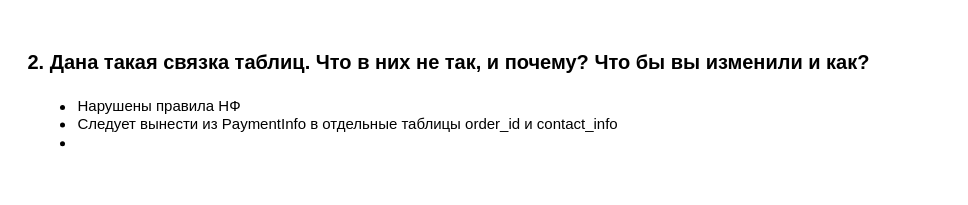
artemsaw/sql keeps this draw.io diagram as Untitled Diagram.drawio. Above is the earlier version. Source tidied: cells renumbered, new cells numbered last; positions are measured from the earlier drawing's top-left corner, leaving out a move shared by most shapes. Both pictures are drawn from the tidied source at 125%, with x=0, y=0 at pixel (21, 34).
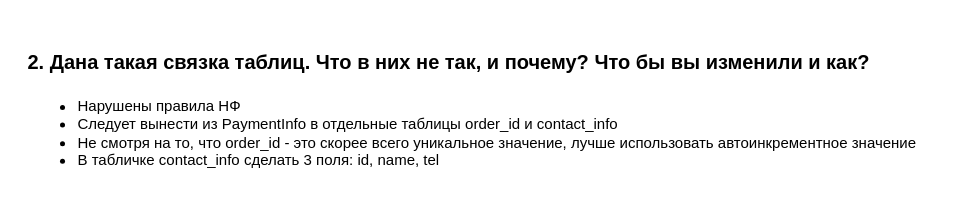
After the change.

Diff of the diagram source:
```diff
@@
 <mxGraphModel>
   <root>
     <mxCell id="0" />
     <mxCell id="1" parent="0" />
-    <mxCell id="2" value="&lt;h1&gt;&lt;span style=&quot;font-size: 12pt; font-family: Arial;&quot;&gt;2. Дана такая связка таблиц. Что в них не так, и почему? Что бы вы изменили и как?&lt;/span&gt;&lt;br&gt;&lt;/h1&gt;&lt;p&gt;&lt;/p&gt;&lt;ul&gt;&lt;li&gt;Нарушены правила НФ&lt;/li&gt;&lt;li&gt;Следует вынести из PaymentInfo в отдельные таблицы order_id и contact_info&lt;/li&gt;&lt;li&gt;&lt;br&gt;&lt;/li&gt;&lt;/ul&gt;&lt;p&gt;&lt;/p&gt;" style="text;html=1;strokeColor=none;fillColor=none;spacing=5;spacingTop=-20;whiteSpace=wrap;overflow=hidden;rounded=0;" parent="1" vertex="1">
+    <mxCell id="2" value="&lt;h1&gt;&lt;span style=&quot;font-size: 12pt; font-family: Arial;&quot;&gt;2. Дана такая связка таблиц. Что в них не так, и почему? Что бы вы изменили и как?&lt;/span&gt;&lt;br&gt;&lt;/h1&gt;&lt;p&gt;&lt;/p&gt;&lt;ul&gt;&lt;li&gt;Нарушены правила НФ&lt;/li&gt;&lt;li&gt;Следует вынести из PaymentInfo в отдельные таблицы order_id и contact_info&lt;/li&gt;&lt;li&gt;Не смотря на то, что order_id - это скорее всего уникальное значение, лучше использовать автоинкрементное значение&lt;/li&gt;&lt;li&gt;В табличке contact_info сделать 3 поля: id, name, tel&lt;/li&gt;&lt;/ul&gt;&lt;p&gt;&lt;/p&gt;" style="text;html=1;strokeColor=none;fillColor=none;spacing=5;spacingTop=-20;whiteSpace=wrap;overflow=hidden;rounded=0;" parent="1" vertex="1">
       <mxGeometry width="740" height="120" as="geometry" />
     </mxCell>
   </root>
 </mxGraphModel>
```
